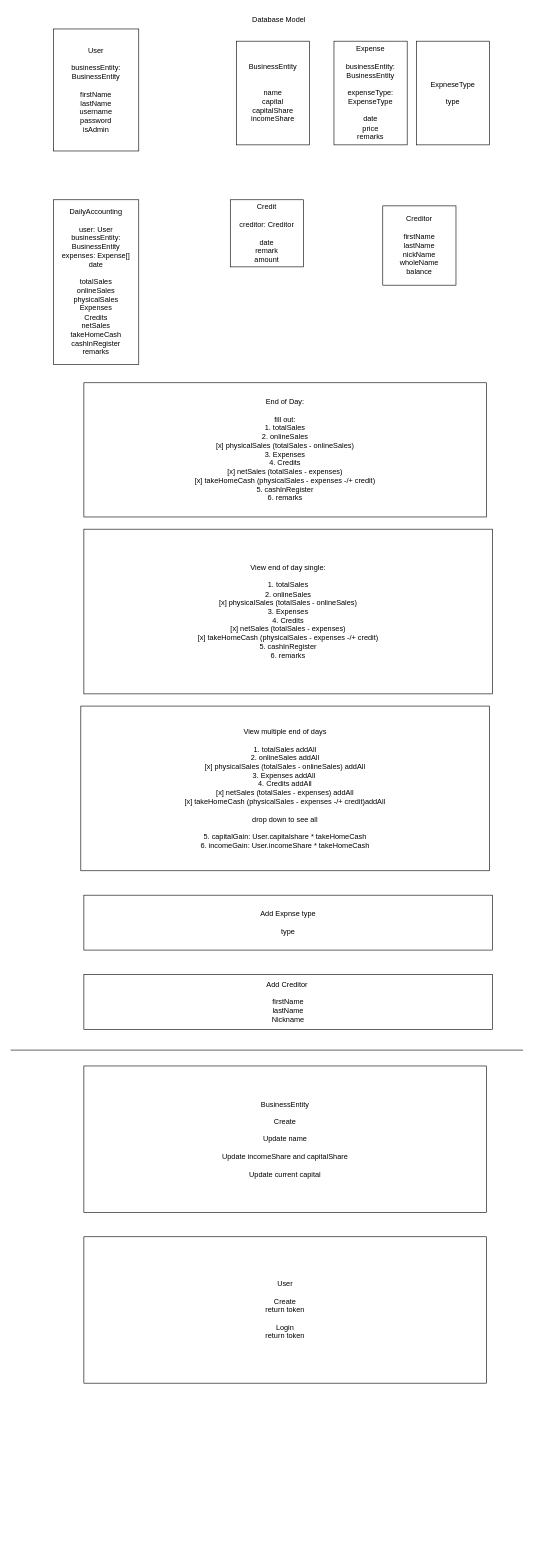
Earlier version of the draw.io diagram accounting-app.drawio (Jacob-Co/annyeong-accounting-app). Source tidied: cells renumbered, new cells numbered last; positions are measured from the earlier drawing's top-left corner, leaving out a move shared by most shapes. Both pictures are drawn from the tidied source at 61%, with x=0, y=0 at pixel (10, 10).
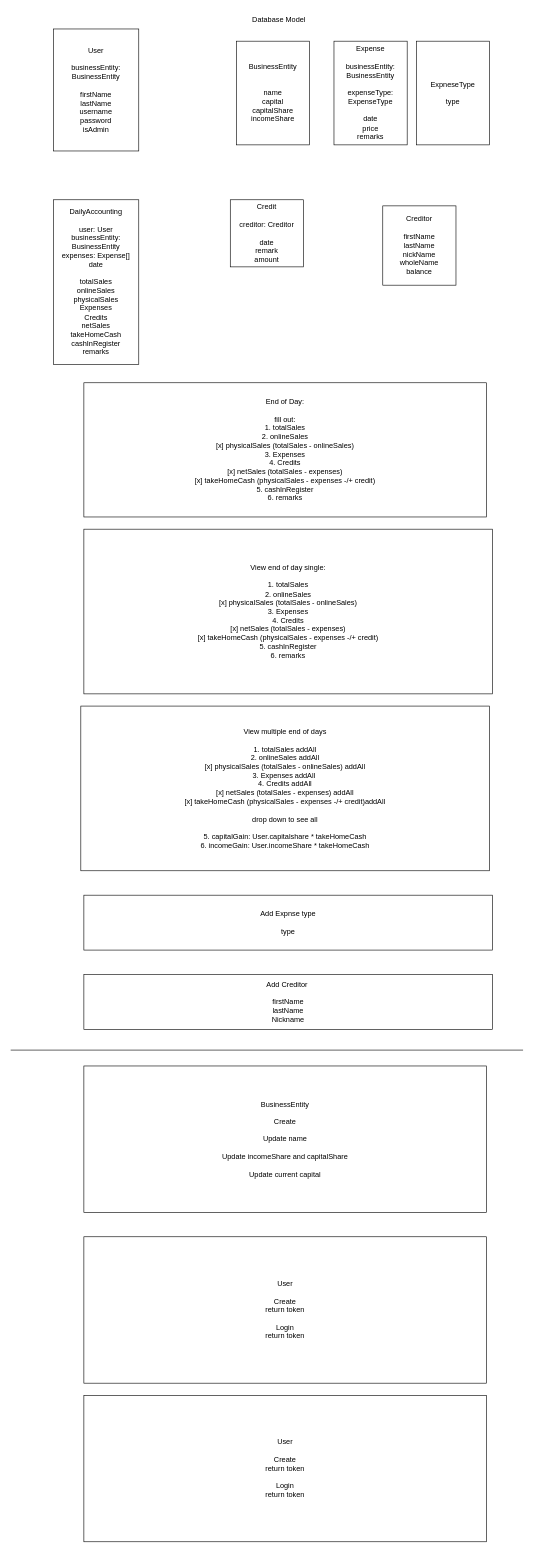
The same diagram, later.

Change to the diagram source:
```diff
@@
 <mxGraphModel>
   <root>
     <mxCell id="0" />
     <mxCell id="1" parent="0" />
     <mxCell id="2" value="Database Model" style="text;html=1;strokeColor=none;fillColor=none;align=center;verticalAlign=middle;whiteSpace=wrap;rounded=0;" parent="1" vertex="1">
       <mxGeometry x="380" width="120" height="30" as="geometry" />
     </mxCell>
     <mxCell id="3" value="User&lt;br&gt;&lt;br&gt;businessEntity:&lt;br&gt;BusinessEntity&lt;br&gt;&lt;br&gt;firstName&lt;br&gt;lastName&lt;br&gt;username&lt;br&gt;password&lt;br&gt;isAdmin" style="rounded=0;whiteSpace=wrap;html=1;" parent="1" vertex="1">
       <mxGeometry x="70" y="30" width="140" height="200" as="geometry" />
     </mxCell>
     <mxCell id="4" value="DailyAccounting&lt;br&gt;&lt;br&gt;user: User&lt;br&gt;businessEntity:&lt;br&gt;BusinessEntity&lt;br&gt;expenses: Expense[]&lt;br&gt;date&lt;br&gt;&lt;br&gt;totalSales&lt;br&gt;onlineSales&lt;br&gt;physicalSales&lt;br&gt;Expenses&lt;br&gt;Credits&lt;br&gt;netSales&lt;br&gt;takeHomeCash&lt;br&gt;cashInRegister&lt;br&gt;remarks" style="rounded=0;whiteSpace=wrap;html=1;" parent="1" vertex="1">
       <mxGeometry x="70" y="310" width="140" height="270" as="geometry" />
     </mxCell>
     <mxCell id="5" value="Expense&lt;br&gt;&lt;br&gt;businessEntity:&lt;br&gt;BusinessEntity&lt;br&gt;&lt;br&gt;expenseType: ExpenseType&lt;br&gt;&lt;br&gt;date&lt;br&gt;price&lt;br&gt;remarks" style="rounded=0;whiteSpace=wrap;html=1;" parent="1" vertex="1">
       <mxGeometry x="530" y="50" width="120" height="170" as="geometry" />
     </mxCell>
     <mxCell id="6" value="BusinessEntity&lt;br&gt;&lt;br&gt;&lt;br&gt;name&lt;br&gt;capital&lt;br&gt;capitalShare&lt;br&gt;incomeShare" style="rounded=0;whiteSpace=wrap;html=1;" parent="1" vertex="1">
       <mxGeometry x="370" y="50" width="120" height="170" as="geometry" />
     </mxCell>
     <mxCell id="7" value="End of Day:&lt;br&gt;&lt;br&gt;fill out:&lt;br&gt;1. totalSales&lt;br&gt;2. onlineSales&lt;br&gt;[x] physicalSales (totalSales - onlineSales)&lt;br&gt;3. Expenses&lt;br&gt;4. Credits&lt;br&gt;[x] netSales (totalSales - expenses)&lt;br&gt;[x] takeHomeCash (physicalSales - expenses -/+ credit)&lt;br&gt;5. cashInRegister&lt;br&gt;6. remarks" style="rounded=0;whiteSpace=wrap;html=1;" parent="1" vertex="1">
       <mxGeometry x="120" y="610" width="660" height="220" as="geometry" />
     </mxCell>
     <mxCell id="8" value="Credit&lt;br&gt;&lt;br&gt;creditor: Creditor&lt;br&gt;&lt;br&gt;date&lt;br&gt;remark&lt;br&gt;amount" style="rounded=0;whiteSpace=wrap;html=1;" parent="1" vertex="1">
       <mxGeometry x="360" y="310" width="120" height="110" as="geometry" />
     </mxCell>
     <mxCell id="9" value="Creditor&lt;br&gt;&lt;br&gt;firstName&lt;br&gt;lastName&lt;br&gt;nickName&lt;br&gt;wholeName&lt;br&gt;balance" style="rounded=0;whiteSpace=wrap;html=1;" parent="1" vertex="1">
       <mxGeometry x="610" y="320" width="120" height="130" as="geometry" />
     </mxCell>
     <mxCell id="10" value="View end of day single:&lt;br&gt;&lt;br&gt;1. totalSales&lt;br&gt;2. onlineSales&lt;br&gt;[x] physicalSales (totalSales - onlineSales)&lt;br&gt;3. Expenses&lt;br&gt;4. Credits&lt;br&gt;[x] netSales (totalSales - expenses)&lt;br&gt;[x] takeHomeCash (physicalSales - expenses -/+ credit)&lt;br&gt;5. cashInRegister&lt;br&gt;6. remarks" style="rounded=0;whiteSpace=wrap;html=1;" parent="1" vertex="1">
       <mxGeometry x="120" y="850" width="670" height="270" as="geometry" />
     </mxCell>
     <mxCell id="11" value="View multiple end of days&lt;br&gt;&lt;br&gt;1. totalSales addAll&lt;br&gt;2. onlineSales addAll&lt;br&gt;[x] physicalSales (totalSales - onlineSales) addAll&lt;br&gt;3. Expenses addAll&amp;nbsp;&lt;br&gt;4. Credits addAll&lt;br&gt;[x] netSales (totalSales - expenses) addAll&lt;br&gt;[x] takeHomeCash (physicalSales - expenses -/+ credit)addAll&lt;br&gt;&lt;br&gt;drop down to see all&lt;br&gt;&lt;br&gt;5. capitalGain: User.capitalshare * takeHomeCash&lt;br&gt;6. incomeGain: User.incomeShare * takeHomeCash" style="rounded=0;whiteSpace=wrap;html=1;" parent="1" vertex="1">
       <mxGeometry x="115" y="1140" width="670" height="270" as="geometry" />
     </mxCell>
     <mxCell id="12" value="Add Expnse type&lt;br&gt;&lt;br&gt;type" style="rounded=0;whiteSpace=wrap;html=1;" parent="1" vertex="1">
       <mxGeometry x="120" y="1450" width="670" height="90" as="geometry" />
     </mxCell>
     <mxCell id="13" value="ExpneseType&lt;br&gt;&lt;br&gt;type" style="rounded=0;whiteSpace=wrap;html=1;" parent="1" vertex="1">
       <mxGeometry x="665" y="50" width="120" height="170" as="geometry" />
     </mxCell>
     <mxCell id="14" value="Add Creditor&amp;nbsp;&lt;br&gt;&lt;br&gt;firstName&lt;br&gt;lastName&lt;br&gt;Nickname" style="rounded=0;whiteSpace=wrap;html=1;" parent="1" vertex="1">
       <mxGeometry x="120" y="1580" width="670" height="90" as="geometry" />
     </mxCell>
     <mxCell id="15" style="endArrow=none;html=1;rounded=0;strokeColor=default;labelBackgroundColor=default;fontColor=default;" parent="1" edge="1">
       <mxGeometry relative="1" as="geometry">
         <mxPoint y="1704" as="sourcePoint" />
         <mxPoint x="840" y="1704" as="targetPoint" />
       </mxGeometry>
     </mxCell>
     <mxCell id="16" value="BusinessEntity&lt;br&gt;&lt;br&gt;Create&lt;br&gt;&lt;br&gt;Update name&lt;br&gt;&lt;br&gt;Update incomeShare and capitalShare&lt;br&gt;&lt;br&gt;Update current capital" style="rounded=0;whiteSpace=wrap;html=1;fontColor=default;fillColor=default;strokeColor=default;" parent="1" vertex="1">
       <mxGeometry x="120" y="1730" width="660" height="240" as="geometry" />
     </mxCell>
     <mxCell id="17" value="User&lt;br&gt;&lt;br&gt;Create&lt;br&gt;return token&lt;br&gt;&lt;br&gt;Login&lt;br&gt;return token" style="rounded=0;whiteSpace=wrap;html=1;fontColor=default;fillColor=default;strokeColor=default;" parent="1" vertex="1">
       <mxGeometry x="120" y="2010" width="660" height="240" as="geometry" />
     </mxCell>
+    <mxCell id="18" value="User&lt;br&gt;&lt;br&gt;Create&lt;br&gt;return token&lt;br&gt;&lt;br&gt;Login&lt;br&gt;return token" style="rounded=0;whiteSpace=wrap;html=1;fontColor=default;fillColor=default;strokeColor=default;" parent="1" vertex="1">
+      <mxGeometry x="120" y="2270" width="660" height="240" as="geometry" />
+    </mxCell>
   </root>
 </mxGraphModel>
```
